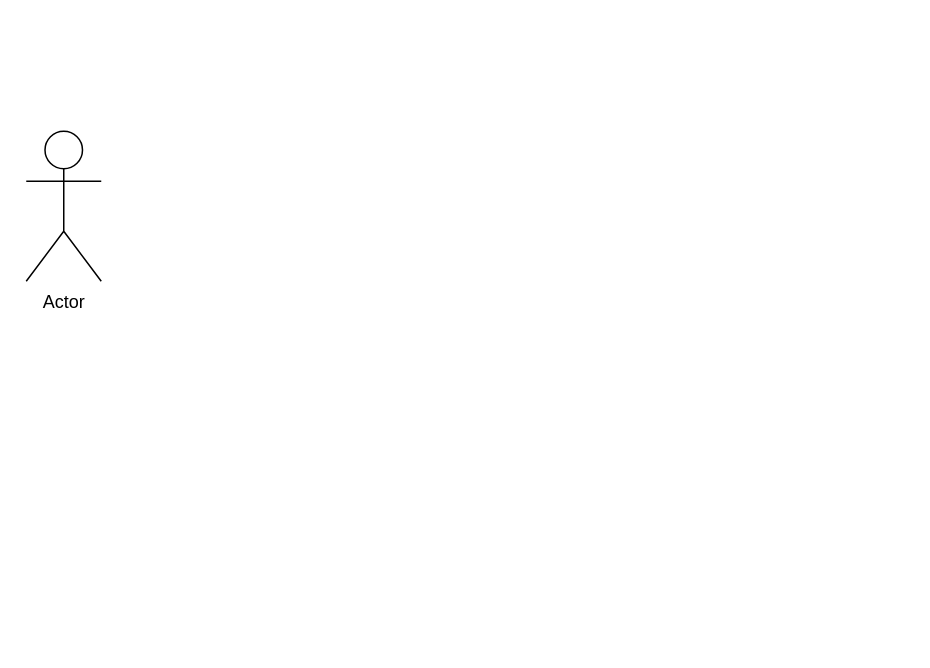
black-purple/diagrams keeps this draw.io diagram as use case diagram.drawio. Above is the earlier version. Source tidied: cells renumbered, new cells numbered last; positions are measured from the earlier drawing's top-left corner, leaving out a move shared by most shapes. Both pictures are drawn from the tidied source at 150%, with x=0, y=0 at pixel (26, 130).
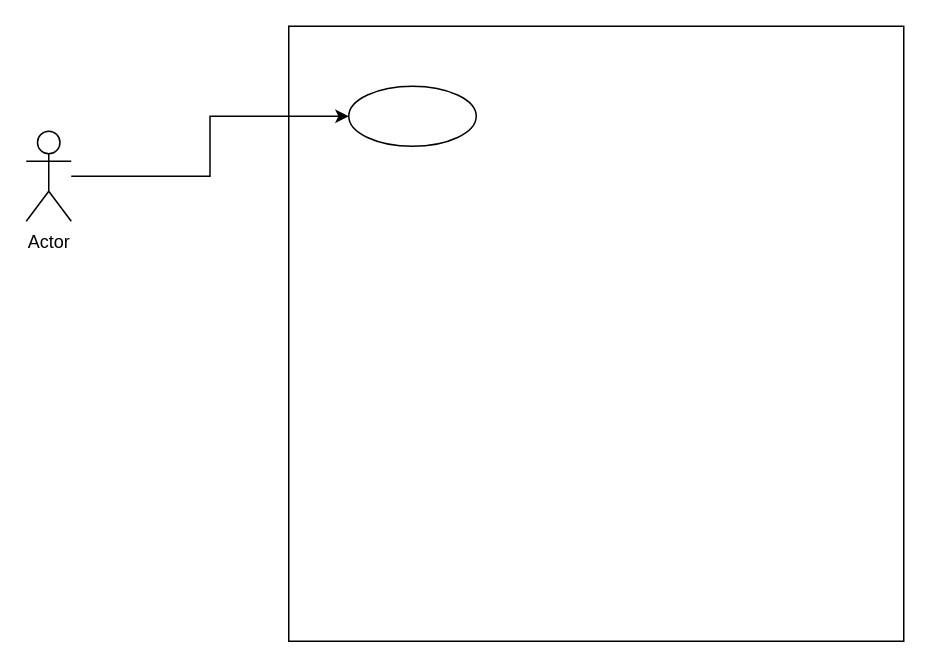
The same page after the edit.

Change to the diagram source:
```diff
@@
 <mxGraphModel>
   <root>
     <mxCell id="0" />
     <mxCell id="1" parent="0" />
+    <mxCell id="3" style="whiteSpace=wrap;html=1;" parent="1" vertex="1">
+      <mxGeometry x="175" y="-70" width="410" height="410" as="geometry" />
+    </mxCell>
     <mxCell id="2" value="Actor" style="shape=umlActor;verticalLabelPosition=bottom;verticalAlign=top;html=1;" parent="1" vertex="1">
-      <mxGeometry width="50" height="100" as="geometry" />
+      <mxGeometry width="30" height="60" as="geometry" />
     </mxCell>
+    <mxCell id="4" style="ellipse;whiteSpace=wrap;html=1;" parent="1" vertex="1">
+      <mxGeometry x="215" y="-30" width="85" height="40" as="geometry" />
+    </mxCell>
+    <mxCell id="5" style="edgeStyle=orthogonalEdgeStyle;rounded=0;jettySize=auto;html=1;fillColor=none;" parent="1" edge="1" source="2" target="4">
+      <mxGeometry relative="1" as="geometry" />
+    </mxCell>
   </root>
 </mxGraphModel>
```
